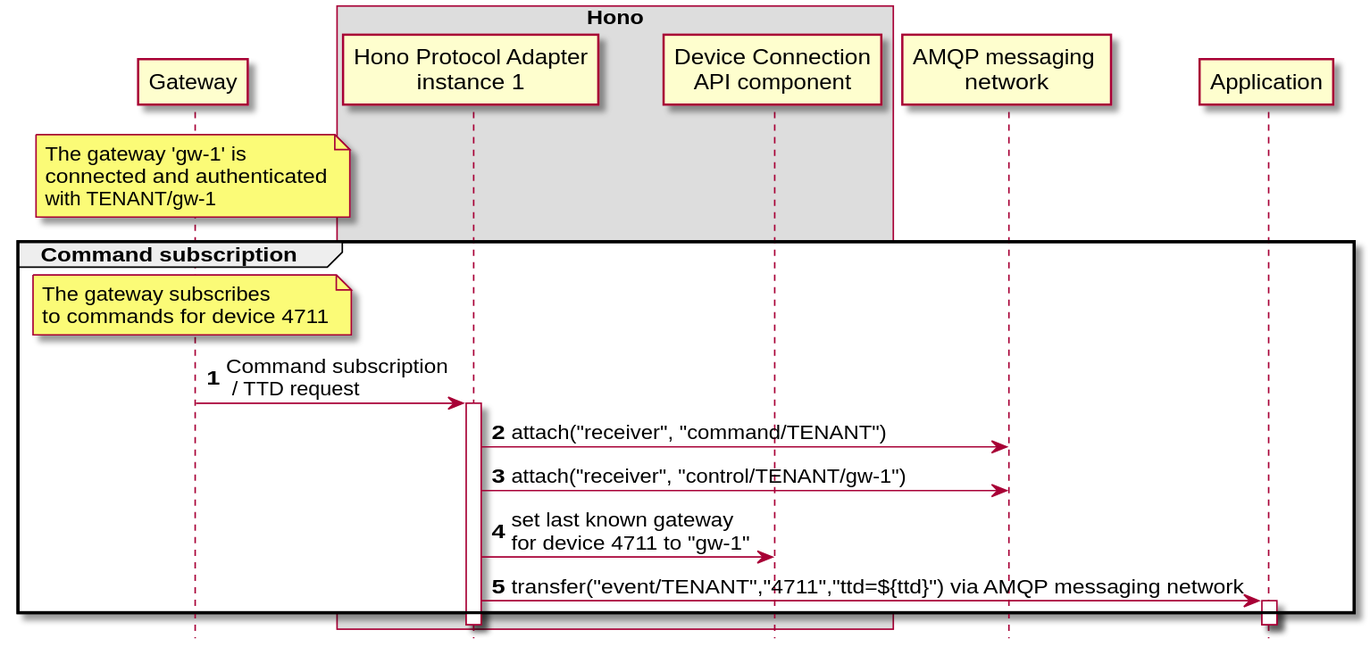
Earlier version of the PlantUML export site/documentation/content/concepts/command_control_concept_gateway_1.svg (eclipse-hono/hono). The source it was exported from:
```plantuml
@startuml
scale 1.2
hide footbox

participant Gateway order 20
box "Hono"
    participant "Hono Protocol Adapter\ninstance 1" order 30
    participant "Device Connection\nAPI component" order 50
end box
participant "AMQP messaging \nnetwork" order 60
participant Application order 70

autonumber

note over Gateway
The gateway 'gw-1' is
connected and authenticated
with TENANT/gw-1
end note

group Command subscription
    note over Gateway
    The gateway subscribes
    to commands for device 4711
    end note
    Gateway -> "Hono Protocol Adapter\ninstance 1": Command subscription\n / TTD request
    activate "Hono Protocol Adapter\ninstance 1"

    "Hono Protocol Adapter\ninstance 1" -> "AMQP messaging \nnetwork": attach("receiver", "command/TENANT")
    "Hono Protocol Adapter\ninstance 1" -> "AMQP messaging \nnetwork": attach("receiver", "control/TENANT/gw-1")

    "Hono Protocol Adapter\ninstance 1" -> "Device Connection\nAPI component": set last known gateway \nfor device 4711 to "gw-1"
    "Hono Protocol Adapter\ninstance 1" -> Application: transfer("event/TENANT","4711","ttd=${ttd}")  via AMQP messaging network
    activate Application
end

@enduml
```
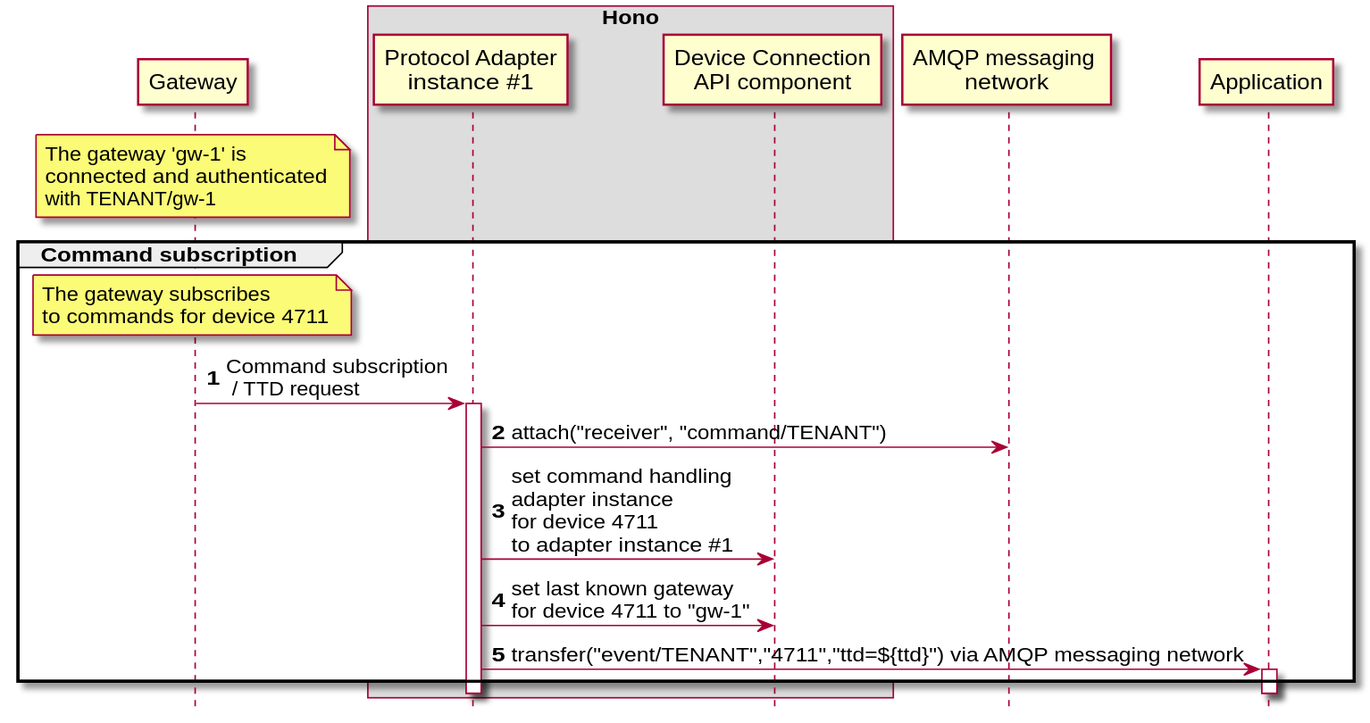
Above is the later version.

Diff of the diagram source:
```diff
@@ -4,7 +4,7 @@
 
 participant Gateway order 20
 box "Hono"
-    participant "Hono Protocol Adapter\ninstance 1" order 30
+    participant "Protocol Adapter\ninstance #1" order 30
     participant "Device Connection\nAPI component" order 50
 end box
 participant "AMQP messaging \nnetwork" order 60
@@ -23,14 +23,14 @@
     The gateway subscribes
     to commands for device 4711
     end note
-    Gateway -> "Hono Protocol Adapter\ninstance 1": Command subscription\n / TTD request
-    activate "Hono Protocol Adapter\ninstance 1"
+    Gateway -> "Protocol Adapter\ninstance #1": Command subscription\n / TTD request
+    activate "Protocol Adapter\ninstance #1"
 
-    "Hono Protocol Adapter\ninstance 1" -> "AMQP messaging \nnetwork": attach("receiver", "command/TENANT")
-    "Hono Protocol Adapter\ninstance 1" -> "AMQP messaging \nnetwork": attach("receiver", "control/TENANT/gw-1")
+    "Protocol Adapter\ninstance #1" -> "AMQP messaging \nnetwork": attach("receiver", "command/TENANT")
+    "Protocol Adapter\ninstance #1" -> "Device Connection\nAPI component": set command handling \nadapter instance \nfor device 4711 \nto adapter instance #1
 
-    "Hono Protocol Adapter\ninstance 1" -> "Device Connection\nAPI component": set last known gateway \nfor device 4711 to "gw-1"
-    "Hono Protocol Adapter\ninstance 1" -> Application: transfer("event/TENANT","4711","ttd=${ttd}")  via AMQP messaging network
+    "Protocol Adapter\ninstance #1" -> "Device Connection\nAPI component": set last known gateway \nfor device 4711 to "gw-1"
+    "Protocol Adapter\ninstance #1" -> Application: transfer("event/TENANT","4711","ttd=${ttd}")  via AMQP messaging network
     activate Application
 end
 
```
